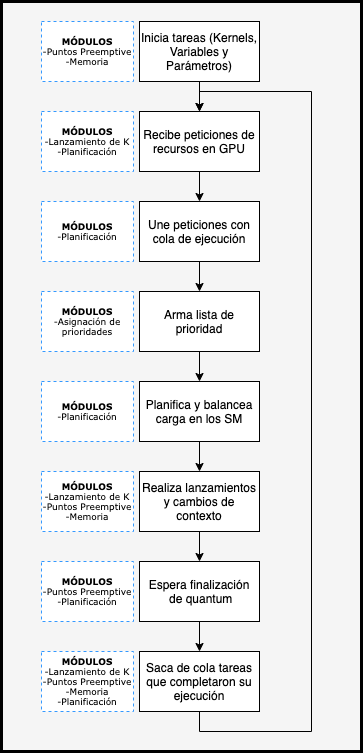
The draw.io diagram Tesis_Maestria/figures/flujo.png in antonyayal/mtesis, before a commit. Source tidied: cells renumbered, new cells last; positions are measured from the earlier drawing's top-left corner, leaving out a move shared by most shapes. Source of this version:
```xml
<mxGraphModel>
  <root>
    <mxCell id="0" />
    <mxCell id="1" parent="0" />
    <mxCell id="2" style="rounded=0;whiteSpace=wrap;html=1;fillColor=#f5f5f5;strokeColor=#000000;fontColor=#333333;strokeWidth=3;comic=0;shadow=0;glass=0;gradientColor=none;" parent="1" vertex="1">
      <mxGeometry width="360" height="750" as="geometry" />
    </mxCell>
    <mxCell id="3" value="Inicia tareas (Kernels,&lt;br&gt;Variables y Parámetros)" style="rounded=0;whiteSpace=wrap;html=1;" parent="1" vertex="1">
      <mxGeometry x="138" y="20" width="120" height="60" as="geometry" />
    </mxCell>
    <mxCell id="4" value="Une peticiones con cola de ejecución" style="rounded=0;whiteSpace=wrap;html=1;" parent="1" vertex="1">
      <mxGeometry x="138" y="200" width="120" height="60" as="geometry" />
    </mxCell>
    <mxCell id="5" value="Recibe peticiones de recursos en GPU" style="rounded=0;whiteSpace=wrap;html=1;" parent="1" vertex="1">
      <mxGeometry x="138" y="110" width="120" height="60" as="geometry" />
    </mxCell>
    <mxCell id="6" style="edgeStyle=orthogonalEdgeStyle;rounded=0;jettySize=auto;html=1;" parent="1" edge="1" source="7" target="9">
      <mxGeometry relative="1" as="geometry" />
    </mxCell>
    <mxCell id="7" value="Arma lista de prioridad" style="rounded=0;whiteSpace=wrap;html=1;" parent="1" vertex="1">
      <mxGeometry x="138" y="290" width="120" height="60" as="geometry" />
    </mxCell>
    <mxCell id="8" style="edgeStyle=orthogonalEdgeStyle;rounded=0;jettySize=auto;html=1;" parent="1" edge="1" source="9" target="11">
      <mxGeometry relative="1" as="geometry" />
    </mxCell>
    <mxCell id="9" value="Planifica y balancea carga en los SM" style="rounded=0;whiteSpace=wrap;html=1;" parent="1" vertex="1">
      <mxGeometry x="138" y="380" width="120" height="60" as="geometry" />
    </mxCell>
    <mxCell id="10" style="edgeStyle=orthogonalEdgeStyle;rounded=0;jettySize=auto;html=1;" parent="1" edge="1" source="11" target="13">
      <mxGeometry relative="1" as="geometry" />
    </mxCell>
    <mxCell id="11" value="Realiza lanzamientos y cambios de contexto" style="rounded=0;whiteSpace=wrap;html=1;" parent="1" vertex="1">
      <mxGeometry x="138" y="470" width="120" height="60" as="geometry" />
    </mxCell>
    <mxCell id="12" style="edgeStyle=orthogonalEdgeStyle;rounded=0;jettySize=auto;html=1;" parent="1" edge="1" source="13" target="15">
      <mxGeometry relative="1" as="geometry" />
    </mxCell>
    <mxCell id="13" value="Espera finalización&lt;br&gt;&amp;nbsp;de quantum" style="rounded=0;whiteSpace=wrap;html=1;" parent="1" vertex="1">
      <mxGeometry x="138" y="560" width="120" height="60" as="geometry" />
    </mxCell>
    <mxCell id="14" style="edgeStyle=orthogonalEdgeStyle;rounded=0;jettySize=auto;html=1;exitX=0.5;exitY=1;exitDx=0;exitDy=0;" parent="1" edge="1" source="15">
      <mxGeometry relative="1" as="geometry">
        <mxPoint x="198" y="110" as="targetPoint" />
        <Array as="points">
          <mxPoint x="198" y="730" />
          <mxPoint x="310" y="730" />
          <mxPoint x="310" y="90" />
          <mxPoint x="198" y="90" />
        </Array>
      </mxGeometry>
    </mxCell>
    <mxCell id="15" value="Saca de cola tareas que completaron su ejecución" style="rounded=0;whiteSpace=wrap;html=1;" parent="1" vertex="1">
      <mxGeometry x="138" y="650" width="120" height="60" as="geometry" />
    </mxCell>
    <mxCell id="16" style="endArrow=classic;html=1;entryX=0.5;entryY=0;entryDx=0;entryDy=0;exitX=0.5;exitY=1;exitDx=0;exitDy=0;" parent="1" edge="1" source="3" target="5">
      <mxGeometry relative="1" as="geometry" />
    </mxCell>
    <mxCell id="17" style="endArrow=classic;html=1;exitX=0.5;exitY=1;exitDx=0;exitDy=0;" parent="1" edge="1" source="5" target="4">
      <mxGeometry relative="1" as="geometry" />
    </mxCell>
    <mxCell id="18" style="endArrow=classic;html=1;entryX=0.5;entryY=0;entryDx=0;entryDy=0;exitX=0.5;exitY=1;exitDx=0;exitDy=0;" parent="1" edge="1" source="4" target="7">
      <mxGeometry relative="1" as="geometry" />
    </mxCell>
    <mxCell id="19" value="&lt;font style=&quot;font-size: 9px&quot;&gt;&lt;b style=&quot;font-size: 9px&quot;&gt;MÓDULOS&lt;/b&gt;&lt;br style=&quot;font-size: 9px&quot;&gt;-Puntos Preemptive&lt;br style=&quot;font-size: 9px&quot;&gt;-Memoria&lt;/font&gt;" style="rounded=0;whiteSpace=wrap;html=1;dashed=1;fontFamily=Verdana;fontSize=9;strokeColor=#3399FF;" parent="1" vertex="1">
      <mxGeometry x="40" y="20" width="92" height="60" as="geometry" />
    </mxCell>
    <mxCell id="20" value="&lt;font style=&quot;font-size: 9px&quot;&gt;&lt;b style=&quot;font-size: 9px&quot;&gt;MÓDULOS&lt;/b&gt;&lt;br style=&quot;font-size: 9px&quot;&gt;-Lanzamiento de K&lt;br&gt;-Planificación&lt;br&gt;&lt;/font&gt;" style="rounded=0;whiteSpace=wrap;html=1;dashed=1;fontFamily=Verdana;fontSize=9;strokeColor=#3399FF;" parent="1" vertex="1">
      <mxGeometry x="40" y="110" width="92" height="60" as="geometry" />
    </mxCell>
    <mxCell id="21" value="&lt;font style=&quot;font-size: 9px&quot;&gt;&lt;b&gt;MÓDULOS&lt;/b&gt;&lt;br&gt;-Planificación&lt;br&gt;&lt;/font&gt;" style="rounded=0;whiteSpace=wrap;html=1;dashed=1;fontFamily=Verdana;fontSize=9;strokeColor=#3399FF;" parent="1" vertex="1">
      <mxGeometry x="40" y="200" width="92" height="60" as="geometry" />
    </mxCell>
    <mxCell id="22" value="&lt;font style=&quot;font-size: 9px&quot;&gt;&lt;b&gt;MÓDULOS&lt;/b&gt;&lt;br&gt;-Asignación de prioridades&lt;br&gt;&lt;/font&gt;" style="rounded=0;whiteSpace=wrap;html=1;dashed=1;fontFamily=Verdana;fontSize=9;strokeColor=#3399FF;" parent="1" vertex="1">
      <mxGeometry x="40" y="290" width="92" height="60" as="geometry" />
    </mxCell>
    <mxCell id="23" value="&lt;font style=&quot;font-size: 9px&quot;&gt;&lt;b style=&quot;font-size: 9px&quot;&gt;MÓDULOS&lt;/b&gt;&lt;br style=&quot;font-size: 9px&quot;&gt;-Planificación&lt;br&gt;&lt;/font&gt;" style="rounded=0;whiteSpace=wrap;html=1;dashed=1;fontFamily=Verdana;fontSize=9;strokeColor=#3399FF;" parent="1" vertex="1">
      <mxGeometry x="40" y="380" width="92" height="60" as="geometry" />
    </mxCell>
    <mxCell id="24" value="&lt;font style=&quot;font-size: 9px&quot;&gt;&lt;b style=&quot;font-size: 9px&quot;&gt;MÓDULOS&lt;/b&gt;&lt;br style=&quot;font-size: 9px&quot;&gt;-Lanzamiento de K&lt;br&gt;-Puntos Preemptive&lt;br style=&quot;font-size: 9px&quot;&gt;-Memoria&lt;/font&gt;" style="rounded=0;whiteSpace=wrap;html=1;dashed=1;fontFamily=Verdana;fontSize=9;strokeColor=#3399FF;" parent="1" vertex="1">
      <mxGeometry x="40" y="470" width="92" height="60" as="geometry" />
    </mxCell>
    <mxCell id="25" value="&lt;font style=&quot;font-size: 9px&quot;&gt;&lt;b style=&quot;font-size: 9px&quot;&gt;MÓDULOS&lt;/b&gt;&lt;br style=&quot;font-size: 9px&quot;&gt;-Puntos Preemptive&lt;br&gt;-Planificación&lt;br&gt;&lt;/font&gt;" style="rounded=0;whiteSpace=wrap;html=1;dashed=1;fontFamily=Verdana;fontSize=9;strokeColor=#3399FF;" parent="1" vertex="1">
      <mxGeometry x="40" y="560" width="92" height="60" as="geometry" />
    </mxCell>
    <mxCell id="26" value="&lt;font style=&quot;font-size: 9px&quot;&gt;&lt;b style=&quot;font-size: 9px&quot;&gt;MÓDULOS&lt;/b&gt;&lt;br style=&quot;font-size: 9px&quot;&gt;-Lanzamiento de K&lt;br&gt;-Puntos Preemptive&lt;br style=&quot;font-size: 9px&quot;&gt;-Memoria&lt;br&gt;-Planificación&lt;br&gt;&lt;/font&gt;" style="rounded=0;whiteSpace=wrap;html=1;dashed=1;fontFamily=Verdana;fontSize=9;strokeColor=#3399FF;" parent="1" vertex="1">
      <mxGeometry x="40" y="650" width="92" height="60" as="geometry" />
    </mxCell>
  </root>
</mxGraphModel>
```
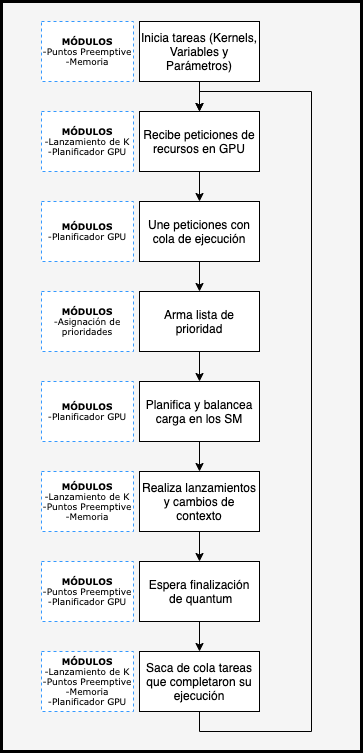
The same file after the commit.

The edit, as a diff of the source:
```diff
@@ -64,25 +64,25 @@
     <mxCell id="19" value="&lt;font style=&quot;font-size: 9px&quot;&gt;&lt;b style=&quot;font-size: 9px&quot;&gt;MÓDULOS&lt;/b&gt;&lt;br style=&quot;font-size: 9px&quot;&gt;-Puntos Preemptive&lt;br style=&quot;font-size: 9px&quot;&gt;-Memoria&lt;/font&gt;" style="rounded=0;whiteSpace=wrap;html=1;dashed=1;fontFamily=Verdana;fontSize=9;strokeColor=#3399FF;" parent="1" vertex="1">
       <mxGeometry x="40" y="20" width="92" height="60" as="geometry" />
     </mxCell>
-    <mxCell id="20" value="&lt;font style=&quot;font-size: 9px&quot;&gt;&lt;b style=&quot;font-size: 9px&quot;&gt;MÓDULOS&lt;/b&gt;&lt;br style=&quot;font-size: 9px&quot;&gt;-Lanzamiento de K&lt;br&gt;-Planificación&lt;br&gt;&lt;/font&gt;" style="rounded=0;whiteSpace=wrap;html=1;dashed=1;fontFamily=Verdana;fontSize=9;strokeColor=#3399FF;" parent="1" vertex="1">
+    <mxCell id="20" value="&lt;font style=&quot;font-size: 9px&quot;&gt;&lt;b style=&quot;font-size: 9px&quot;&gt;MÓDULOS&lt;/b&gt;&lt;br style=&quot;font-size: 9px&quot;&gt;-Lanzamiento de K&lt;br&gt;-Planificador GPU&lt;br&gt;&lt;/font&gt;" style="rounded=0;whiteSpace=wrap;html=1;dashed=1;fontFamily=Verdana;fontSize=9;strokeColor=#3399FF;" parent="1" vertex="1">
       <mxGeometry x="40" y="110" width="92" height="60" as="geometry" />
     </mxCell>
-    <mxCell id="21" value="&lt;font style=&quot;font-size: 9px&quot;&gt;&lt;b&gt;MÓDULOS&lt;/b&gt;&lt;br&gt;-Planificación&lt;br&gt;&lt;/font&gt;" style="rounded=0;whiteSpace=wrap;html=1;dashed=1;fontFamily=Verdana;fontSize=9;strokeColor=#3399FF;" parent="1" vertex="1">
+    <mxCell id="21" value="&lt;font style=&quot;font-size: 9px&quot;&gt;&lt;b&gt;MÓDULOS&lt;/b&gt;&lt;br&gt;-Planificador GPU&lt;br&gt;&lt;/font&gt;" style="rounded=0;whiteSpace=wrap;html=1;dashed=1;fontFamily=Verdana;fontSize=9;strokeColor=#3399FF;" parent="1" vertex="1">
       <mxGeometry x="40" y="200" width="92" height="60" as="geometry" />
     </mxCell>
     <mxCell id="22" value="&lt;font style=&quot;font-size: 9px&quot;&gt;&lt;b&gt;MÓDULOS&lt;/b&gt;&lt;br&gt;-Asignación de prioridades&lt;br&gt;&lt;/font&gt;" style="rounded=0;whiteSpace=wrap;html=1;dashed=1;fontFamily=Verdana;fontSize=9;strokeColor=#3399FF;" parent="1" vertex="1">
       <mxGeometry x="40" y="290" width="92" height="60" as="geometry" />
     </mxCell>
-    <mxCell id="23" value="&lt;font style=&quot;font-size: 9px&quot;&gt;&lt;b style=&quot;font-size: 9px&quot;&gt;MÓDULOS&lt;/b&gt;&lt;br style=&quot;font-size: 9px&quot;&gt;-Planificación&lt;br&gt;&lt;/font&gt;" style="rounded=0;whiteSpace=wrap;html=1;dashed=1;fontFamily=Verdana;fontSize=9;strokeColor=#3399FF;" parent="1" vertex="1">
+    <mxCell id="23" value="&lt;font style=&quot;font-size: 9px&quot;&gt;&lt;b style=&quot;font-size: 9px&quot;&gt;MÓDULOS&lt;/b&gt;&lt;br style=&quot;font-size: 9px&quot;&gt;-Planificador GPU&lt;br&gt;&lt;/font&gt;" style="rounded=0;whiteSpace=wrap;html=1;dashed=1;fontFamily=Verdana;fontSize=9;strokeColor=#3399FF;" parent="1" vertex="1">
       <mxGeometry x="40" y="380" width="92" height="60" as="geometry" />
     </mxCell>
     <mxCell id="24" value="&lt;font style=&quot;font-size: 9px&quot;&gt;&lt;b style=&quot;font-size: 9px&quot;&gt;MÓDULOS&lt;/b&gt;&lt;br style=&quot;font-size: 9px&quot;&gt;-Lanzamiento de K&lt;br&gt;-Puntos Preemptive&lt;br style=&quot;font-size: 9px&quot;&gt;-Memoria&lt;/font&gt;" style="rounded=0;whiteSpace=wrap;html=1;dashed=1;fontFamily=Verdana;fontSize=9;strokeColor=#3399FF;" parent="1" vertex="1">
       <mxGeometry x="40" y="470" width="92" height="60" as="geometry" />
     </mxCell>
-    <mxCell id="25" value="&lt;font style=&quot;font-size: 9px&quot;&gt;&lt;b style=&quot;font-size: 9px&quot;&gt;MÓDULOS&lt;/b&gt;&lt;br style=&quot;font-size: 9px&quot;&gt;-Puntos Preemptive&lt;br&gt;-Planificación&lt;br&gt;&lt;/font&gt;" style="rounded=0;whiteSpace=wrap;html=1;dashed=1;fontFamily=Verdana;fontSize=9;strokeColor=#3399FF;" parent="1" vertex="1">
+    <mxCell id="25" value="&lt;font style=&quot;font-size: 9px&quot;&gt;&lt;b style=&quot;font-size: 9px&quot;&gt;MÓDULOS&lt;/b&gt;&lt;br style=&quot;font-size: 9px&quot;&gt;-Puntos Preemptive&lt;br&gt;-Planificador GPU&lt;br&gt;&lt;/font&gt;" style="rounded=0;whiteSpace=wrap;html=1;dashed=1;fontFamily=Verdana;fontSize=9;strokeColor=#3399FF;" parent="1" vertex="1">
       <mxGeometry x="40" y="560" width="92" height="60" as="geometry" />
     </mxCell>
-    <mxCell id="26" value="&lt;font style=&quot;font-size: 9px&quot;&gt;&lt;b style=&quot;font-size: 9px&quot;&gt;MÓDULOS&lt;/b&gt;&lt;br style=&quot;font-size: 9px&quot;&gt;-Lanzamiento de K&lt;br&gt;-Puntos Preemptive&lt;br style=&quot;font-size: 9px&quot;&gt;-Memoria&lt;br&gt;-Planificación&lt;br&gt;&lt;/font&gt;" style="rounded=0;whiteSpace=wrap;html=1;dashed=1;fontFamily=Verdana;fontSize=9;strokeColor=#3399FF;" parent="1" vertex="1">
+    <mxCell id="26" value="&lt;font style=&quot;font-size: 9px&quot;&gt;&lt;b style=&quot;font-size: 9px&quot;&gt;MÓDULOS&lt;/b&gt;&lt;br style=&quot;font-size: 9px&quot;&gt;-Lanzamiento de K&lt;br&gt;-Puntos Preemptive&lt;br style=&quot;font-size: 9px&quot;&gt;-Memoria&lt;br&gt;-Planificador GPU&lt;br&gt;&lt;/font&gt;" style="rounded=0;whiteSpace=wrap;html=1;dashed=1;fontFamily=Verdana;fontSize=9;strokeColor=#3399FF;" parent="1" vertex="1">
       <mxGeometry x="40" y="650" width="92" height="60" as="geometry" />
     </mxCell>
   </root>
```
